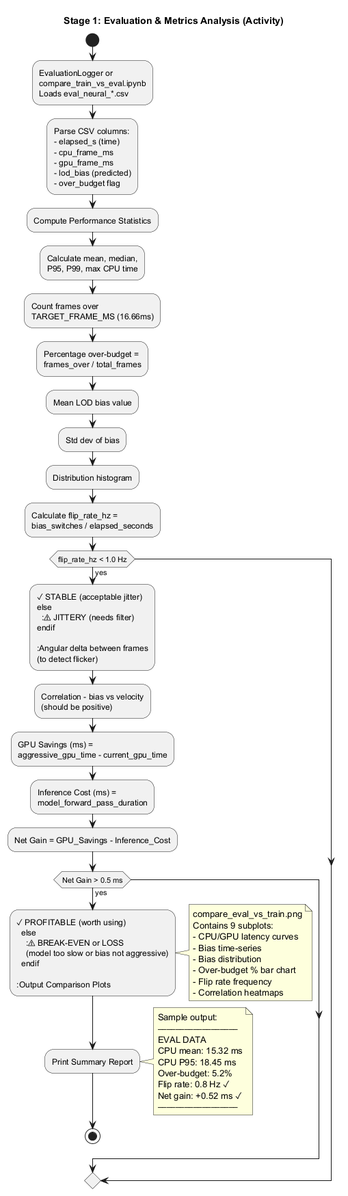
The PlantUML diagram ml_pipeline/Diagram/Stage_1/Stage_1_Evaluation_Metrics.png in Silent0Wings/neural-lod, before a commit.
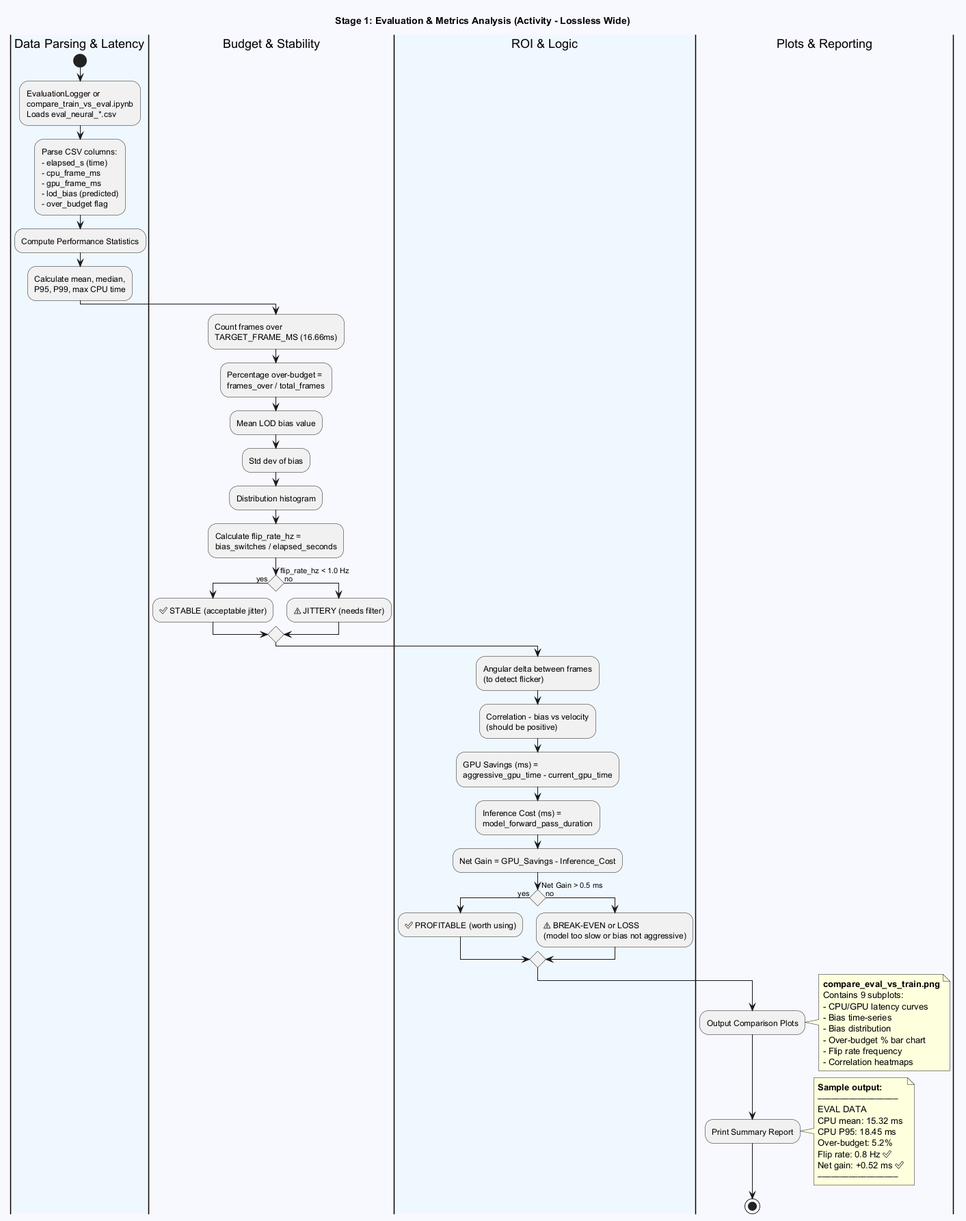
The same file after the commit.

The edit, as a diff of the source:
```diff
@@ -1,9 +1,12 @@
 @startuml Stage_1_Evaluation_Metrics
 
-title Stage 1: Evaluation & Metrics Analysis (Activity)
+title Stage 1: Evaluation & Metrics Analysis (Activity - Lossless Wide)
 
+skinparam conditionStyle diamond
+skinparam defaultTextAlignment left
+
+|#AliceBlue|Data Parsing & Latency|
 start
-
 :EvaluationLogger or
 compare_train_vs_eval.ipynb
 Loads eval_neural_*.csv;
@@ -17,53 +20,56 @@
 
 :Compute Performance Statistics;
 
-  :Calculate mean, median,
-  P95, P99, max CPU time;
+:Calculate mean, median,
+P95, P99, max CPU time;
 
-  :Count frames over
-  TARGET_FRAME_MS (16.66ms);
+|#GhostWhite|Budget & Stability|
+:Count frames over
+TARGET_FRAME_MS (16.66ms);
 
-  :Percentage over-budget =
-  frames_over / total_frames;
+:Percentage over-budget =
+frames_over / total_frames;
 
-  :Mean LOD bias value;
-  :Std dev of bias;
-  :Distribution histogram;
+:Mean LOD bias value;
+:Std dev of bias;
+:Distribution histogram;
 
-  :Calculate flip_rate_hz =
-  bias_switches / elapsed_seconds;
+:Calculate flip_rate_hz =
+bias_switches / elapsed_seconds;
 
-  if (flip_rate_hz < 1.0 Hz) then (yes)
-    :✓ STABLE (acceptable jitter)
-  else
-    :⚠ JITTERY (needs filter)
-  endif
+if (flip_rate_hz < 1.0 Hz) then (yes)
+  :✅ STABLE (acceptable jitter);
+else (no)
+  :⚠ JITTERY (needs filter);
+endif
 
-  :Angular delta between frames
-  (to detect flicker);
+|#AliceBlue|ROI & Logic|
+:Angular delta between frames
+(to detect flicker);
 
-  :Correlation - bias vs velocity
-  (should be positive);
+:Correlation - bias vs velocity
+(should be positive);
 
-  :GPU Savings (ms) =
-  aggressive_gpu_time - current_gpu_time;
+:GPU Savings (ms) =
+aggressive_gpu_time - current_gpu_time;
 
-  :Inference Cost (ms) =
-  model_forward_pass_duration;
+:Inference Cost (ms) =
+model_forward_pass_duration;
 
-  :Net Gain = GPU_Savings - Inference_Cost;
+:Net Gain = GPU_Savings - Inference_Cost;
 
-  if (Net Gain > 0.5 ms) then (yes)
-    :✓ PROFITABLE (worth using)
-  else
-    :⚠ BREAK-EVEN or LOSS
-    (model too slow or bias not aggressive)
-  endif
+if (Net Gain > 0.5 ms) then (yes)
+  :✅ PROFITABLE (worth using);
+else (no)
+  :⚠ BREAK-EVEN or LOSS
+  (model too slow or bias not aggressive);
+endif
 
+|#GhostWhite|Plots & Reporting|
 :Output Comparison Plots;
 
 note right
-  compare_eval_vs_train.png
+  **compare_eval_vs_train.png**
   Contains 9 subplots:
   - CPU/GPU latency curves
   - Bias time-series
@@ -76,14 +82,14 @@
 :Print Summary Report;
 
 note right
-  Sample output:
+  **Sample output:**
   ──────────────────
   EVAL DATA
   CPU mean: 15.32 ms
   CPU P95: 18.45 ms
   Over-budget: 5.2%
-  Flip rate: 0.8 Hz ✓
-  Net gain: +0.52 ms ✓
+  Flip rate: 0.8 Hz ✅
+  Net gain: +0.52 ms ✅
   ──────────────────
 end note
 
```
